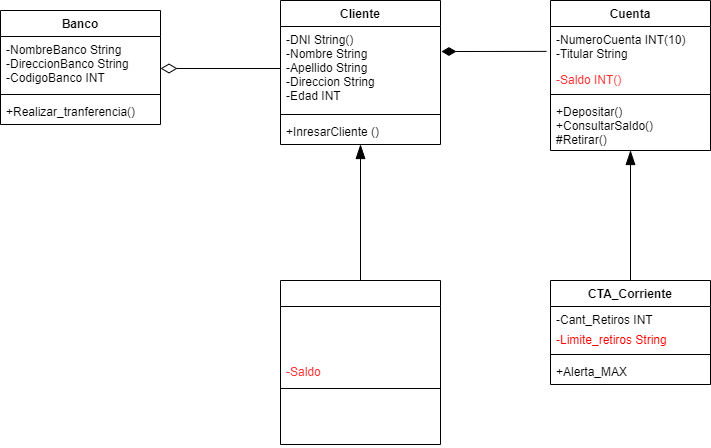
Above: Taller3.drawio.png in JoTche93/EJERCICIOS_MODELADOS (draw.io), before the change. Source tidied: cells renumbered, new cells last; positions are measured from the earlier drawing's top-left corner, leaving out a move shared by most shapes.
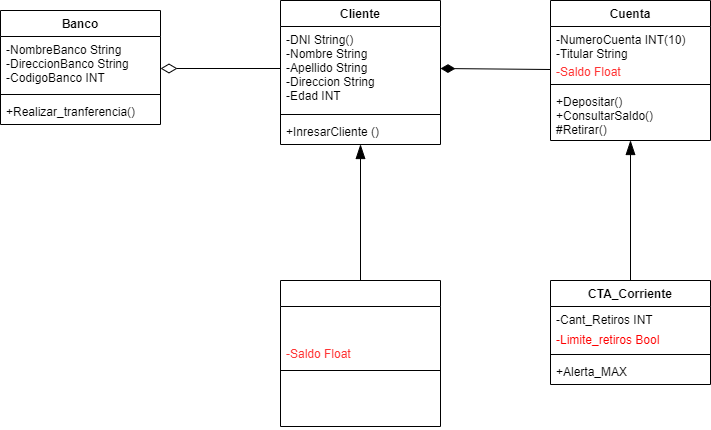
The same diagram one commit later.

What changed in the source:
```diff
@@ -15,19 +15,19 @@
       <mxGeometry y="88" width="160" height="26" as="geometry" />
     </mxCell>
     <mxCell id="6" value="Cuenta" style="swimlane;fontStyle=1;align=center;verticalAlign=top;horizontal=1;startSize=26;" parent="1" vertex="1">
-      <mxGeometry x="550" width="160" height="150" as="geometry" />
+      <mxGeometry x="550" width="160" height="140" as="geometry" />
     </mxCell>
     <mxCell id="7" value="-NumeroCuenta INT(10)&#10;-Titular String&#10;&#10;" style="text;strokeColor=none;fillColor=none;align=left;verticalAlign=top;spacingLeft=4;spacingRight=4;overflow=hidden;points=[[0,0.5],[1,0.5]];portConstraint=eastwest;" parent="6" vertex="1">
-      <mxGeometry y="26" width="160" height="40" as="geometry" />
+      <mxGeometry y="26" width="160" height="32" as="geometry" />
     </mxCell>
-    <mxCell id="8" value="-Saldo INT()&#10;&#10;" style="text;strokeColor=none;fillColor=none;align=left;verticalAlign=top;spacingLeft=4;spacingRight=4;overflow=hidden;points=[[0,0.5],[1,0.5]];portConstraint=eastwest;fontColor=#FF3333;" parent="6" vertex="1">
-      <mxGeometry y="66" width="160" height="24" as="geometry" />
+    <mxCell id="8" value="-Saldo Float" style="text;strokeColor=none;fillColor=none;align=left;verticalAlign=top;spacingLeft=4;spacingRight=4;overflow=hidden;points=[[0,0.5],[1,0.5]];portConstraint=eastwest;fontColor=#FF3333;" parent="6" vertex="1">
+      <mxGeometry y="58" width="160" height="22" as="geometry" />
     </mxCell>
     <mxCell id="9" style="line;strokeWidth=1;fillColor=none;align=left;verticalAlign=middle;spacingTop=-1;spacingLeft=3;spacingRight=3;labelPosition=right;strokeColor=inherit;" parent="6" vertex="1">
-      <mxGeometry y="90" width="160" height="8" as="geometry" />
+      <mxGeometry y="80" width="160" height="8" as="geometry" />
     </mxCell>
     <mxCell id="10" value="+Depositar()&#10;+ConsultarSaldo()&#10;#Retirar()" style="text;strokeColor=none;fillColor=none;align=left;verticalAlign=top;spacingLeft=4;spacingRight=4;overflow=hidden;points=[[0,0.5],[1,0.5]];portConstraint=eastwest;" parent="6" vertex="1">
-      <mxGeometry y="98" width="160" height="52" as="geometry" />
+      <mxGeometry y="88" width="160" height="52" as="geometry" />
     </mxCell>
     <mxCell id="11" style="html=1;exitX=0;exitY=0.5;exitDx=0;exitDy=0;endArrow=diamondThin;endFill=0;endSize=14;" parent="1" edge="1" source="13">
       <mxGeometry relative="1" as="geometry">
@@ -55,7 +55,7 @@
     <mxCell id="18" value="-Cant_Retiros INT" style="text;strokeColor=none;fillColor=none;align=left;verticalAlign=top;spacingLeft=4;spacingRight=4;overflow=hidden;" parent="17" vertex="1">
       <mxGeometry y="26" width="160" height="20" as="geometry" />
     </mxCell>
-    <mxCell id="19" value="-Limite_retiros String" style="text;strokeColor=none;fillColor=none;align=left;verticalAlign=top;spacingLeft=4;spacingRight=4;overflow=hidden;fontColor=#FF0000;" parent="17" vertex="1">
+    <mxCell id="19" value="-Limite_retiros Bool" style="text;strokeColor=none;fillColor=none;align=left;verticalAlign=top;spacingLeft=4;spacingRight=4;overflow=hidden;fontColor=#FF0000;" parent="17" vertex="1">
       <mxGeometry y="46" width="160" height="24" as="geometry" />
     </mxCell>
     <mxCell id="20" style="line;strokeWidth=1;fillColor=none;align=left;verticalAlign=middle;spacingTop=-1;spacingLeft=3;spacingRight=3;labelPosition=right;strokeColor=inherit;" parent="17" vertex="1">
@@ -67,26 +67,26 @@
     <mxCell id="22" style="edgeStyle=none;html=1;endArrow=blockThin;endFill=1;endSize=12;exitX=0.5;exitY=0;exitDx=0;exitDy=0;" parent="1" edge="1" source="24" target="15">
       <mxGeometry relative="1" as="geometry" />
     </mxCell>
-    <mxCell id="23" style="edgeStyle=none;html=1;exitX=-0.025;exitY=0.622;exitDx=0;exitDy=0;endArrow=diamondThin;endFill=1;endSize=12;exitPerimeter=0;entryX=1.006;entryY=0.298;entryDx=0;entryDy=0;entryPerimeter=0;" parent="1" edge="1" source="7" target="13">
+    <mxCell id="23" style="edgeStyle=none;html=1;exitX=0;exitY=0.5;exitDx=0;exitDy=0;endArrow=diamondThin;endFill=1;endSize=12;entryX=1;entryY=0.5;entryDx=0;entryDy=0;" parent="1" edge="1" source="8" target="13">
       <mxGeometry relative="1" as="geometry" />
     </mxCell>
     <mxCell id="24" value="CTA_Ahorro" style="swimlane;fontStyle=1;align=center;verticalAlign=top;horizontal=1;startSize=26;fontColor=#FFFFFF;" parent="1" vertex="1">
-      <mxGeometry x="280" y="280" width="160" height="164" as="geometry" />
+      <mxGeometry x="280" y="280" width="160" height="146" as="geometry" />
     </mxCell>
     <mxCell id="25" value="-Cant_Retiros INT&#10;" style="text;strokeColor=none;fillColor=none;align=left;verticalAlign=top;spacingLeft=4;spacingRight=4;overflow=hidden;fontColor=#FFFFFF;" parent="24" vertex="1">
-      <mxGeometry y="26" width="160" height="26" as="geometry" />
+      <mxGeometry y="26" width="160" height="18" as="geometry" />
     </mxCell>
     <mxCell id="26" value="-No_credito" style="text;strokeColor=none;fillColor=none;align=left;verticalAlign=top;spacingLeft=4;spacingRight=4;overflow=hidden;fontColor=#FFFFFF;" parent="24" vertex="1">
-      <mxGeometry y="52" width="160" height="26" as="geometry" />
+      <mxGeometry y="44" width="160" height="16" as="geometry" />
     </mxCell>
-    <mxCell id="27" value="-Saldo" style="text;strokeColor=none;fillColor=none;align=left;verticalAlign=top;spacingLeft=4;spacingRight=4;overflow=hidden;fontColor=#FF3333;" parent="24" vertex="1">
-      <mxGeometry y="78" width="160" height="26" as="geometry" />
+    <mxCell id="27" value="-Saldo Float" style="text;strokeColor=none;fillColor=none;align=left;verticalAlign=top;spacingLeft=4;spacingRight=4;overflow=hidden;fontColor=#FF3333;" parent="24" vertex="1">
+      <mxGeometry y="60" width="160" height="26" as="geometry" />
     </mxCell>
     <mxCell id="28" style="line;strokeWidth=1;fillColor=none;align=left;verticalAlign=middle;spacingTop=-1;spacingLeft=3;spacingRight=3;labelPosition=right;strokeColor=inherit;fontColor=#FF0000;" parent="24" vertex="1">
-      <mxGeometry y="104" width="160" height="8" as="geometry" />
+      <mxGeometry y="86" width="160" height="8" as="geometry" />
     </mxCell>
     <mxCell id="29" value="+Ver_Saldo()&#10;+Historial()&#10;#Retirar" style="text;strokeColor=none;fillColor=none;align=left;verticalAlign=top;spacingLeft=4;spacingRight=4;overflow=hidden;fontColor=#FFFFFF;" parent="24" vertex="1">
-      <mxGeometry y="112" width="160" height="52" as="geometry" />
+      <mxGeometry y="94" width="160" height="52" as="geometry" />
     </mxCell>
   </root>
 </mxGraphModel>
```
